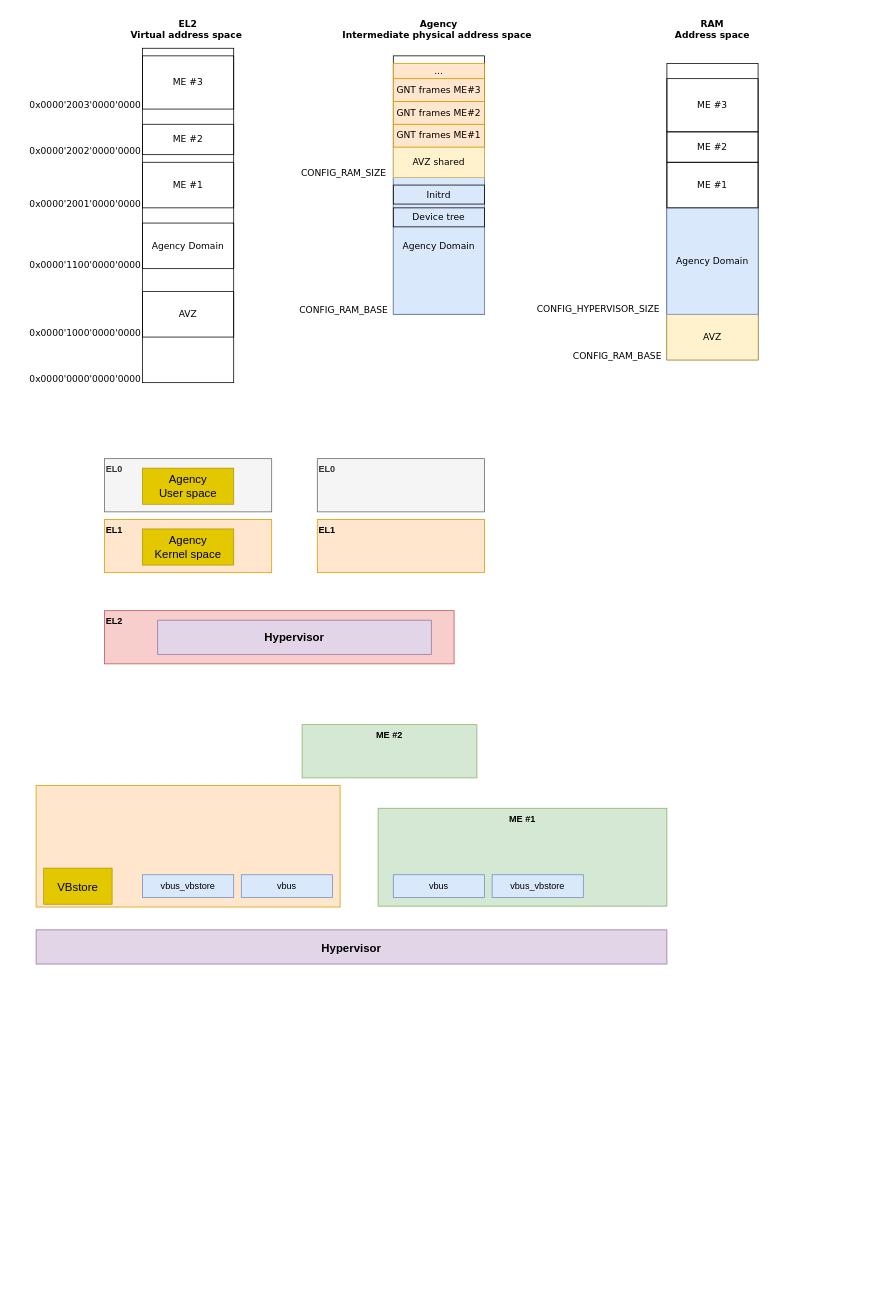
This is page "Aarch64-virt" (14 of 14) of doc/source/img/SOO.drawio from smartobjectoriented/soo, a draw.io file, before an edit. Source tidied: cells renumbered, new cells numbered last; positions are measured from the earlier drawing's top-left corner, leaving out a move shared by most shapes. Both pictures are drawn from the tidied source at 76%, with x=0, y=0 at pixel (28, 17).
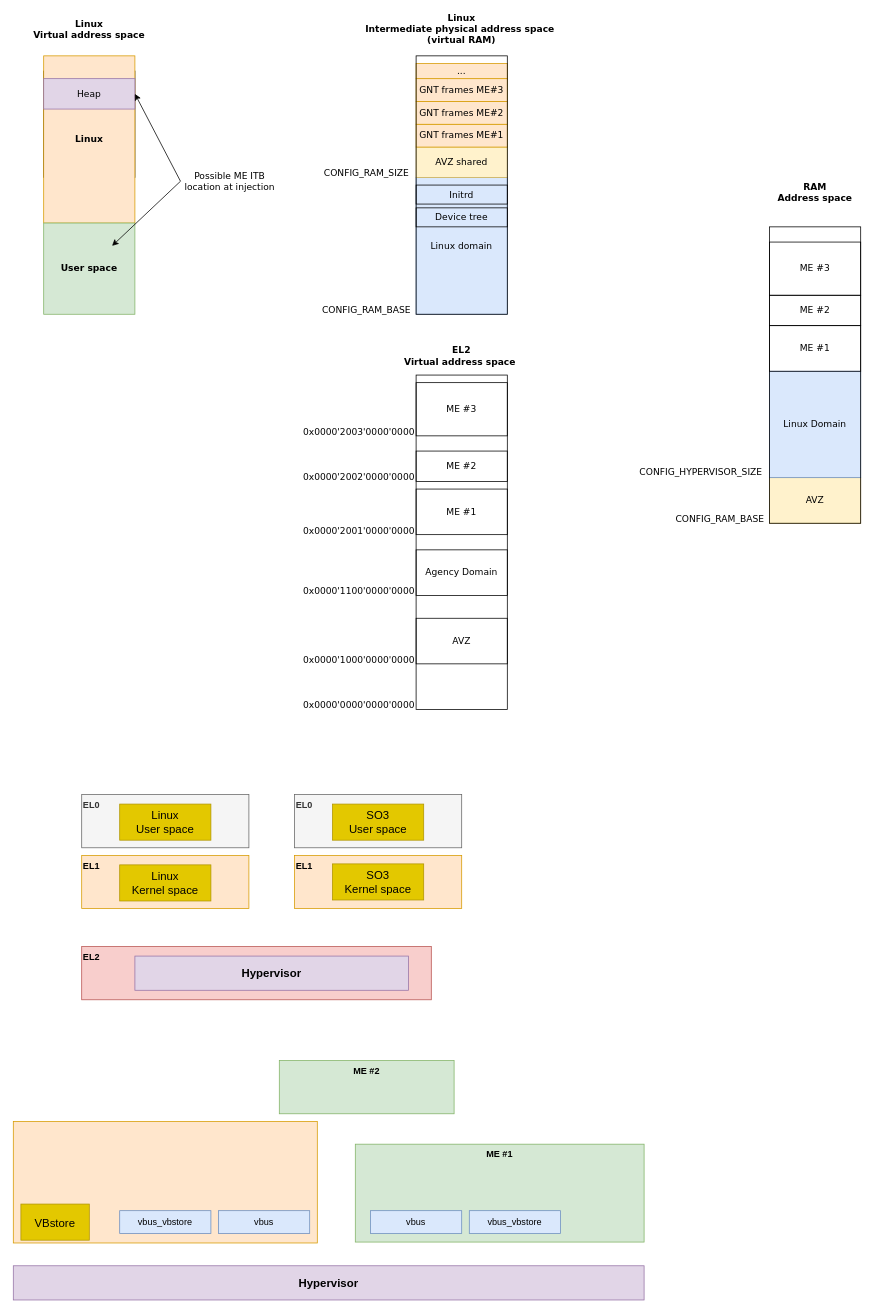
The same diagram, later.

What changed in the source:
```diff
@@
     <mxCell id="2" style="rounded=0;whiteSpace=wrap;html=1;" parent="1" vertex="1">
-      <mxGeometry x="150" y="40" width="120" height="440" as="geometry" />
+      <mxGeometry x="510" y="470" width="120" height="440" as="geometry" />
     </mxCell>
     <mxCell id="3" value="0x0000'0000'0000'0000" style="text;html=1;strokeColor=none;fillColor=none;align=center;verticalAlign=middle;whiteSpace=wrap;rounded=0;fontFamily=Verdana;" parent="1" vertex="1">
-      <mxGeometry y="460" width="150" height="30" as="geometry" />
+      <mxGeometry x="360" y="890" width="150" height="30" as="geometry" />
     </mxCell>
     <mxCell id="4" value="EL2 &lt;br&gt;Virtual address space&amp;nbsp;" style="text;html=1;strokeColor=none;fillColor=none;align=center;verticalAlign=middle;whiteSpace=wrap;rounded=0;fontFamily=Verdana;fontSize=12;fontColor=default;fontStyle=1;" parent="1" vertex="1">
-      <mxGeometry x="130" width="160" height="30" as="geometry" />
+      <mxGeometry x="490" y="430" width="160" height="30" as="geometry" />
     </mxCell>
     <mxCell id="5" value="AVZ" style="rounded=0;whiteSpace=wrap;html=1;fontFamily=Verdana;fontSize=12;fontColor=default;fillColor=none;gradientColor=none;" parent="1" vertex="1">
-      <mxGeometry x="150" y="360" width="120" height="60" as="geometry" />
+      <mxGeometry x="510" y="790" width="120" height="60" as="geometry" />
     </mxCell>
     <mxCell id="6" value="0x0000'1000'0000'0000" style="text;html=1;strokeColor=none;fillColor=none;align=center;verticalAlign=middle;whiteSpace=wrap;rounded=0;fontFamily=Verdana;" parent="1" vertex="1">
-      <mxGeometry y="400" width="150" height="30" as="geometry" />
+      <mxGeometry x="360" y="830" width="150" height="30" as="geometry" />
     </mxCell>
     <mxCell id="7" value="Agency Domain" style="rounded=0;whiteSpace=wrap;html=1;fontFamily=Verdana;fontSize=12;fontColor=default;fillColor=none;gradientColor=none;" parent="1" vertex="1">
-      <mxGeometry x="150" y="270" width="120" height="60" as="geometry" />
+      <mxGeometry x="510" y="700" width="120" height="60" as="geometry" />
     </mxCell>
     <mxCell id="8" value="0x0000'1100'0000'0000" style="text;html=1;strokeColor=none;fillColor=none;align=center;verticalAlign=middle;whiteSpace=wrap;rounded=0;fontFamily=Verdana;" parent="1" vertex="1">
-      <mxGeometry y="310" width="150" height="30" as="geometry" />
+      <mxGeometry x="360" y="740" width="150" height="30" as="geometry" />
     </mxCell>
     <mxCell id="9" value="ME #1" style="rounded=0;whiteSpace=wrap;html=1;fontFamily=Verdana;fontSize=12;fontColor=default;fillColor=none;gradientColor=none;" parent="1" vertex="1">
-      <mxGeometry x="150" y="190" width="120" height="60" as="geometry" />
+      <mxGeometry x="510" y="620" width="120" height="60" as="geometry" />
     </mxCell>
     <mxCell id="10" value="0x0000'2001'0000'0000" style="text;html=1;strokeColor=none;fillColor=none;align=center;verticalAlign=middle;whiteSpace=wrap;rounded=0;fontFamily=Verdana;" parent="1" vertex="1">
-      <mxGeometry y="230" width="150" height="30" as="geometry" />
+      <mxGeometry x="360" y="660" width="150" height="30" as="geometry" />
     </mxCell>
     <mxCell id="11" value="ME #2" style="rounded=0;whiteSpace=wrap;html=1;fontFamily=Verdana;fontSize=12;fontColor=default;fillColor=none;gradientColor=none;" parent="1" vertex="1">
-      <mxGeometry x="150" y="140" width="120" height="40" as="geometry" />
+      <mxGeometry x="510" y="570" width="120" height="40" as="geometry" />
     </mxCell>
     <mxCell id="12" value="0x0000'2002'0000'0000" style="text;html=1;strokeColor=none;fillColor=none;align=center;verticalAlign=middle;whiteSpace=wrap;rounded=0;fontFamily=Verdana;" parent="1" vertex="1">
-      <mxGeometry y="160" width="150" height="30" as="geometry" />
+      <mxGeometry x="360" y="590" width="150" height="30" as="geometry" />
     </mxCell>
     <mxCell id="13" value="ME #3" style="rounded=0;whiteSpace=wrap;html=1;fontFamily=Verdana;fontSize=12;fontColor=default;fillColor=none;gradientColor=none;" parent="1" vertex="1">
-      <mxGeometry x="150" y="50" width="120" height="70" as="geometry" />
+      <mxGeometry x="510" y="480" width="120" height="70" as="geometry" />
     </mxCell>
     <mxCell id="14" value="0x0000'2003'0000'0000" style="text;html=1;strokeColor=none;fillColor=none;align=center;verticalAlign=middle;whiteSpace=wrap;rounded=0;fontFamily=Verdana;" parent="1" vertex="1">
-      <mxGeometry y="100" width="150" height="30" as="geometry" />
+      <mxGeometry x="360" y="530" width="150" height="30" as="geometry" />
     </mxCell>
     <mxCell id="15" value="EL2" style="rounded=0;whiteSpace=wrap;html=1;fillColor=#f8cecc;strokeColor=#b85450;fontStyle=1;verticalAlign=top;align=left;" parent="1" vertex="1">
-      <mxGeometry x="100" y="780" width="460" height="70" as="geometry" />
+      <mxGeometry x="70" y="1222" width="460" height="70" as="geometry" />
     </mxCell>
     <mxCell id="16" value="EL1" style="rounded=0;whiteSpace=wrap;html=1;fillColor=#ffe6cc;strokeColor=#d79b00;fontStyle=1;verticalAlign=top;align=left;" parent="1" vertex="1">
-      <mxGeometry x="100" y="660" width="220" height="70" as="geometry" />
+      <mxGeometry x="70" y="1102" width="220" height="70" as="geometry" />
     </mxCell>
     <mxCell id="17" value="EL0" style="rounded=0;whiteSpace=wrap;html=1;fillColor=#f5f5f5;strokeColor=#666666;fontStyle=1;verticalAlign=top;align=left;fontColor=#333333;" parent="1" vertex="1">
-      <mxGeometry x="100" y="580" width="220" height="70" as="geometry" />
+      <mxGeometry x="70" y="1022" width="220" height="70" as="geometry" />
     </mxCell>
     <mxCell id="18" value="Hypervisor" style="rounded=0;whiteSpace=wrap;html=1;fontStyle=1;fontSize=15;fillColor=#e1d5e7;strokeColor=#9673a6;" parent="1" vertex="1">
-      <mxGeometry x="170" y="792.5" width="360" height="45" as="geometry" />
+      <mxGeometry x="140" y="1234.5" width="360" height="45" as="geometry" />
     </mxCell>
     <mxCell id="19" value="EL1" style="rounded=0;whiteSpace=wrap;html=1;fillColor=#ffe6cc;strokeColor=#d79b00;fontStyle=1;verticalAlign=top;align=left;" parent="1" vertex="1">
-      <mxGeometry x="380" y="660" width="220" height="70" as="geometry" />
+      <mxGeometry x="350" y="1102" width="220" height="70" as="geometry" />
     </mxCell>
     <mxCell id="20" value="EL0" style="rounded=0;whiteSpace=wrap;html=1;fillColor=#f5f5f5;strokeColor=#666666;fontStyle=1;verticalAlign=top;align=left;fontColor=#333333;" parent="1" vertex="1">
-      <mxGeometry x="380" y="580" width="220" height="70" as="geometry" />
+      <mxGeometry x="350" y="1022" width="220" height="70" as="geometry" />
     </mxCell>
-    <mxCell id="21" value="Agency &lt;br&gt;Kernel space" style="rounded=0;whiteSpace=wrap;html=1;fontSize=15;fillColor=#e3c800;strokeColor=#B09500;fontColor=#000000;" parent="1" vertex="1">
-      <mxGeometry x="150" y="672.5" width="120" height="47.5" as="geometry" />
+    <mxCell id="21" value="Linux&lt;br&gt;Kernel space" style="rounded=0;whiteSpace=wrap;html=1;fontSize=15;fillColor=#e3c800;strokeColor=#B09500;fontColor=#000000;" parent="1" vertex="1">
+      <mxGeometry x="120" y="1114.5" width="120" height="47.5" as="geometry" />
     </mxCell>
-    <mxCell id="22" value="Agency &lt;br&gt;User space" style="rounded=0;whiteSpace=wrap;html=1;fontSize=15;fillColor=#e3c800;strokeColor=#B09500;fontColor=#000000;" parent="1" vertex="1">
-      <mxGeometry x="150" y="592.5" width="120" height="47.5" as="geometry" />
+    <mxCell id="22" value="Linux&lt;br&gt;User space" style="rounded=0;whiteSpace=wrap;html=1;fontSize=15;fillColor=#e3c800;strokeColor=#B09500;fontColor=#000000;" parent="1" vertex="1">
+      <mxGeometry x="120" y="1034.5" width="120" height="47.5" as="geometry" />
     </mxCell>
     <mxCell id="23" value="Hypervisor" style="rounded=0;whiteSpace=wrap;html=1;fontStyle=1;fontSize=15;fillColor=#e1d5e7;strokeColor=#9673a6;" parent="1" vertex="1">
-      <mxGeometry x="10" y="1200" width="830" height="45" as="geometry" />
+      <mxGeometry x="-20" y="1642" width="830" height="45" as="geometry" />
     </mxCell>
     <mxCell id="24" style="rounded=0;whiteSpace=wrap;html=1;fillColor=#ffe6cc;strokeColor=#d79b00;fontStyle=1;verticalAlign=top;align=left;" parent="1" vertex="1">
-      <mxGeometry x="10" y="1010" width="400" height="160" as="geometry" />
+      <mxGeometry x="-20" y="1452" width="400" height="160" as="geometry" />
     </mxCell>
     <mxCell id="25" value="VBstore" style="rounded=0;whiteSpace=wrap;html=1;fontSize=15;fillColor=#e3c800;strokeColor=#B09500;fontColor=#000000;" parent="1" vertex="1">
-      <mxGeometry x="20" y="1118.8" width="90" height="47.5" as="geometry" />
+      <mxGeometry x="-10" y="1560.8" width="90" height="47.5" as="geometry" />
     </mxCell>
     <mxCell id="26" value="ME #2" style="rounded=0;whiteSpace=wrap;html=1;fillColor=#d5e8d4;strokeColor=#82b366;fontStyle=1;verticalAlign=top;align=center;" parent="1" vertex="1">
-      <mxGeometry x="360" y="930" width="230" height="70" as="geometry" />
+      <mxGeometry x="330" y="1372" width="230" height="70" as="geometry" />
     </mxCell>
     <mxCell id="27" value="ME #1" style="rounded=0;whiteSpace=wrap;html=1;fillColor=#d5e8d4;strokeColor=#82b366;fontStyle=1;verticalAlign=top;align=center;" parent="1" vertex="1">
-      <mxGeometry x="460" y="1040" width="380" height="128.8" as="geometry" />
+      <mxGeometry x="430" y="1482" width="380" height="128.8" as="geometry" />
     </mxCell>
     <mxCell id="28" value="vbus_vbstore" style="whiteSpace=wrap;html=1;fillColor=#dae8fc;strokeColor=#6c8ebf;" parent="1" vertex="1">
-      <mxGeometry x="150" y="1127.5" width="120" height="30" as="geometry" />
+      <mxGeometry x="120" y="1569.5" width="120" height="30" as="geometry" />
     </mxCell>
     <mxCell id="29" value="vbus" style="whiteSpace=wrap;html=1;fillColor=#dae8fc;strokeColor=#6c8ebf;" parent="1" vertex="1">
-      <mxGeometry x="280" y="1127.5" width="120" height="30" as="geometry" />
+      <mxGeometry x="250" y="1569.5" width="120" height="30" as="geometry" />
     </mxCell>
     <mxCell id="30" value="vbus_vbstore" style="whiteSpace=wrap;html=1;fillColor=#dae8fc;strokeColor=#6c8ebf;" parent="1" vertex="1">
-      <mxGeometry x="610" y="1127.5" width="120" height="30" as="geometry" />
+      <mxGeometry x="580" y="1569.5" width="120" height="30" as="geometry" />
     </mxCell>
     <mxCell id="31" value="vbus" style="whiteSpace=wrap;html=1;fillColor=#dae8fc;strokeColor=#6c8ebf;" parent="1" vertex="1">
-      <mxGeometry x="480" y="1127.5" width="120" height="30" as="geometry" />
+      <mxGeometry x="450" y="1569.5" width="120" height="30" as="geometry" />
     </mxCell>
-    <mxCell id="32" style="rounded=0;whiteSpace=wrap;html=1;" parent="1" vertex="1">
-      <mxGeometry x="480" y="50" width="120" height="340" as="geometry" />
-    </mxCell>
-    <mxCell id="33" value="Agency&lt;br&gt;Intermediate physical address space&amp;nbsp;" style="text;html=1;strokeColor=none;fillColor=none;align=center;verticalAlign=middle;whiteSpace=wrap;rounded=0;fontFamily=Verdana;fontSize=12;fontColor=default;fontStyle=1;" parent="1" vertex="1">
-      <mxGeometry x="395" width="290" height="30" as="geometry" />
+    <mxCell id="33" value="Linux&lt;br&gt;Intermediate physical address space&amp;nbsp;&lt;div&gt;(virtual RAM)&lt;/div&gt;" style="text;html=1;strokeColor=none;fillColor=none;align=center;verticalAlign=middle;whiteSpace=wrap;rounded=0;fontFamily=Verdana;fontSize=12;fontColor=default;fontStyle=1;" parent="1" vertex="1">
+      <mxGeometry x="425" width="290" height="30" as="geometry" />
     </mxCell>
-    <mxCell id="34" value="Agency Domain" style="rounded=0;whiteSpace=wrap;html=1;fontFamily=Verdana;fontSize=12;fillColor=#dae8fc;strokeColor=#6c8ebf;" parent="1" vertex="1">
-      <mxGeometry x="480" y="210" width="120" height="180" as="geometry" />
+    <mxCell id="34" value="Linux d&lt;span style=&quot;background-color: initial;&quot;&gt;omain&lt;/span&gt;" style="rounded=0;whiteSpace=wrap;html=1;fontFamily=Verdana;fontSize=12;fillColor=#dae8fc;strokeColor=#6c8ebf;" parent="1" vertex="1">
+      <mxGeometry x="510" y="210" width="120" height="180" as="geometry" />
     </mxCell>
     <mxCell id="35" value="AVZ shared" style="rounded=0;whiteSpace=wrap;html=1;fontFamily=Verdana;fontSize=12;fillColor=#fff2cc;strokeColor=#d6b656;" parent="1" vertex="1">
-      <mxGeometry x="480" y="170" width="120" height="40" as="geometry" />
+      <mxGeometry x="510" y="170" width="120" height="40" as="geometry" />
     </mxCell>
-    <mxCell id="36" style="rounded=0;whiteSpace=wrap;html=1;" parent="1" vertex="1">
-      <mxGeometry x="840" y="60" width="120" height="390" as="geometry" />
-    </mxCell>
     <mxCell id="37" value="RAM&lt;br&gt;Address space" style="text;html=1;strokeColor=none;fillColor=none;align=center;verticalAlign=middle;whiteSpace=wrap;rounded=0;fontFamily=Verdana;fontSize=12;fontColor=default;fontStyle=1;" parent="1" vertex="1">
-      <mxGeometry x="820" width="160" height="30" as="geometry" />
+      <mxGeometry x="955" y="215" width="160" height="30" as="geometry" />
     </mxCell>
     <mxCell id="38" value="AVZ" style="rounded=0;whiteSpace=wrap;html=1;fontFamily=Verdana;fontSize=12;fillColor=#fff2cc;strokeColor=#d6b656;" parent="1" vertex="1">
-      <mxGeometry x="840" y="390" width="120" height="60" as="geometry" />
+      <mxGeometry x="975" y="605" width="120" height="60" as="geometry" />
     </mxCell>
     <mxCell id="39" value="CONFIG_HYPERVISOR_SIZE" style="text;html=1;strokeColor=none;fillColor=none;align=center;verticalAlign=middle;whiteSpace=wrap;rounded=0;fontFamily=Verdana;" parent="1" vertex="1">
-      <mxGeometry x="675" y="368" width="150" height="30" as="geometry" />
+      <mxGeometry x="810" y="583" width="150" height="30" as="geometry" />
     </mxCell>
-    <mxCell id="40" value="Agency Domain" style="rounded=0;whiteSpace=wrap;html=1;fontFamily=Verdana;fontSize=12;fillColor=#dae8fc;strokeColor=#6c8ebf;" parent="1" vertex="1">
-      <mxGeometry x="840" y="250" width="120" height="140" as="geometry" />
+    <mxCell id="40" value="Linux Domain" style="rounded=0;whiteSpace=wrap;html=1;fontFamily=Verdana;fontSize=12;fillColor=#dae8fc;strokeColor=#6c8ebf;" parent="1" vertex="1">
+      <mxGeometry x="975" y="465" width="120" height="140" as="geometry" />
     </mxCell>
     <mxCell id="41" value="ME #1" style="rounded=0;whiteSpace=wrap;html=1;fontFamily=Verdana;fontSize=12;fontColor=default;fillColor=none;gradientColor=none;" parent="1" vertex="1">
-      <mxGeometry x="840" y="190" width="120" height="60" as="geometry" />
+      <mxGeometry x="975" y="405" width="120" height="60" as="geometry" />
     </mxCell>
     <mxCell id="42" value="ME #2" style="rounded=0;whiteSpace=wrap;html=1;fontFamily=Verdana;fontSize=12;fontColor=default;fillColor=none;gradientColor=none;" parent="1" vertex="1">
-      <mxGeometry x="840" y="150" width="120" height="40" as="geometry" />
+      <mxGeometry x="975" y="365" width="120" height="40" as="geometry" />
     </mxCell>
     <mxCell id="43" value="ME #3" style="rounded=0;whiteSpace=wrap;html=1;fontFamily=Verdana;fontSize=12;fontColor=default;fillColor=none;gradientColor=none;" parent="1" vertex="1">
-      <mxGeometry x="840" y="80" width="120" height="70" as="geometry" />
+      <mxGeometry x="975" y="295" width="120" height="70" as="geometry" />
     </mxCell>
     <mxCell id="44" value="CONFIG_RAM_SIZE" style="text;html=1;strokeColor=none;fillColor=none;align=center;verticalAlign=middle;whiteSpace=wrap;rounded=0;fontFamily=Verdana;" parent="1" vertex="1">
-      <mxGeometry x="350" y="190" width="130" height="30" as="geometry" />
+      <mxGeometry x="380" y="190" width="130" height="30" as="geometry" />
     </mxCell>
     <mxCell id="45" value="CONFIG_RAM_BASE" style="text;html=1;strokeColor=none;fillColor=none;align=center;verticalAlign=middle;whiteSpace=wrap;rounded=0;fontFamily=Verdana;" parent="1" vertex="1">
-      <mxGeometry x="350" y="370" width="130" height="30" as="geometry" />
+      <mxGeometry x="380" y="370" width="130" height="30" as="geometry" />
     </mxCell>
     <mxCell id="46" value="CONFIG_RAM_BASE" style="text;html=1;strokeColor=none;fillColor=none;align=center;verticalAlign=middle;whiteSpace=wrap;rounded=0;fontFamily=Verdana;" parent="1" vertex="1">
-      <mxGeometry x="710" y="430" width="130" height="30" as="geometry" />
+      <mxGeometry x="845" y="645" width="130" height="30" as="geometry" />
     </mxCell>
     <mxCell id="47" value="Device tree" style="rounded=0;whiteSpace=wrap;html=1;fontFamily=Verdana;fontSize=12;fontColor=default;fillColor=none;gradientColor=none;" parent="1" vertex="1">
-      <mxGeometry x="480" y="250" width="120" height="25" as="geometry" />
+      <mxGeometry x="510" y="250" width="120" height="25" as="geometry" />
     </mxCell>
     <mxCell id="48" value="Initrd" style="rounded=0;whiteSpace=wrap;html=1;fontFamily=Verdana;fontSize=12;fontColor=default;fillColor=none;gradientColor=none;" parent="1" vertex="1">
-      <mxGeometry x="480" y="220" width="120" height="25" as="geometry" />
+      <mxGeometry x="510" y="220" width="120" height="25" as="geometry" />
     </mxCell>
     <mxCell id="49" value="GNT frames ME#1" style="rounded=0;whiteSpace=wrap;html=1;fontFamily=Verdana;fontSize=12;fillColor=#ffe6cc;strokeColor=#d79b00;" parent="1" vertex="1">
-      <mxGeometry x="480" y="140" width="120" height="30" as="geometry" />
+      <mxGeometry x="510" y="140" width="120" height="30" as="geometry" />
     </mxCell>
     <mxCell id="50" value="GNT frames ME#2" style="rounded=0;whiteSpace=wrap;html=1;fontFamily=Verdana;fontSize=12;fillColor=#ffe6cc;strokeColor=#d79b00;" parent="1" vertex="1">
-      <mxGeometry x="480" y="110" width="120" height="30" as="geometry" />
+      <mxGeometry x="510" y="110" width="120" height="30" as="geometry" />
     </mxCell>
     <mxCell id="51" value="GNT frames ME#3" style="rounded=0;whiteSpace=wrap;html=1;fontFamily=Verdana;fontSize=12;fillColor=#ffe6cc;strokeColor=#d79b00;" parent="1" vertex="1">
-      <mxGeometry x="480" y="80" width="120" height="30" as="geometry" />
+      <mxGeometry x="510" y="80" width="120" height="30" as="geometry" />
     </mxCell>
     <mxCell id="52" value="..." style="rounded=0;whiteSpace=wrap;html=1;fontFamily=Verdana;fontSize=12;fillColor=#ffe6cc;strokeColor=#d79b00;" parent="1" vertex="1">
-      <mxGeometry x="480" y="60" width="120" height="20" as="geometry" />
+      <mxGeometry x="510" y="60" width="120" height="20" as="geometry" />
     </mxCell>
+    <mxCell id="53" value="SO3&lt;br&gt;User space" style="rounded=0;whiteSpace=wrap;html=1;fontSize=15;fillColor=#e3c800;strokeColor=#B09500;fontColor=#000000;" parent="1" vertex="1">
+      <mxGeometry x="400" y="1034.5" width="120" height="47.5" as="geometry" />
+    </mxCell>
+    <mxCell id="54" value="SO3&lt;br&gt;Kernel space" style="rounded=0;whiteSpace=wrap;html=1;fontSize=15;fillColor=#e3c800;strokeColor=#B09500;fontColor=#000000;" parent="1" vertex="1">
+      <mxGeometry x="400" y="1113.2" width="120" height="47.5" as="geometry" />
+    </mxCell>
+    <mxCell id="55" style="rounded=0;whiteSpace=wrap;html=1;fontFamily=Verdana;fontSize=12;" parent="1" vertex="1">
+      <mxGeometry x="20" y="70" width="120" height="140" as="geometry" />
+    </mxCell>
+    <mxCell id="56" value="Linux" style="rounded=0;whiteSpace=wrap;html=1;fontFamily=Verdana;fontSize=12;fillColor=#ffe6cc;strokeColor=#d79b00;fontStyle=1;" parent="1" vertex="1">
+      <mxGeometry x="20" y="50" width="120" height="220" as="geometry" />
+    </mxCell>
+    <mxCell id="57" value="User space" style="rounded=0;whiteSpace=wrap;html=1;fontFamily=Verdana;fontSize=12;strokeColor=#82b366;fillColor=#d5e8d4;fontStyle=1;" parent="1" vertex="1">
+      <mxGeometry x="20" y="270" width="120" height="120" as="geometry" />
+    </mxCell>
+    <mxCell id="58" value="Heap" style="rounded=0;whiteSpace=wrap;html=1;fontFamily=Verdana;fontSize=12;strokeColor=#9673a6;fillColor=#e1d5e7;" parent="1" vertex="1">
+      <mxGeometry x="20" y="80" width="120" height="40" as="geometry" />
+    </mxCell>
+    <mxCell id="59" value="Possible ME ITB location at injection" style="text;html=1;strokeColor=none;fillColor=none;align=center;verticalAlign=middle;whiteSpace=wrap;rounded=0;fontFamily=Verdana;fontSize=12;fontColor=default;" parent="1" vertex="1">
+      <mxGeometry x="200" y="200" width="130" height="30" as="geometry" />
+    </mxCell>
+    <mxCell id="60" style="endArrow=classic;html=1;rounded=0;fontFamily=Verdana;fontSize=12;fontColor=default;exitX=0;exitY=0.5;exitDx=0;exitDy=0;entryX=1;entryY=0.5;entryDx=0;entryDy=0;" parent="1" edge="1" source="59" target="58">
+      <mxGeometry relative="1" as="geometry" />
+    </mxCell>
+    <mxCell id="61" style="endArrow=classic;html=1;rounded=0;fontFamily=Verdana;fontSize=12;fontColor=default;exitX=0;exitY=0.5;exitDx=0;exitDy=0;entryX=0.75;entryY=0.25;entryDx=0;entryDy=0;entryPerimeter=0;" parent="1" edge="1" source="59" target="57">
+      <mxGeometry relative="1" as="geometry" />
+    </mxCell>
+    <mxCell id="62" value="Linux&lt;div&gt;Virtual address space&lt;/div&gt;" style="text;html=1;strokeColor=none;fillColor=none;align=center;verticalAlign=middle;whiteSpace=wrap;rounded=0;fontFamily=Verdana;fontSize=12;fontColor=default;fontStyle=1;" parent="1" vertex="1">
+      <mxGeometry width="160" height="30" as="geometry" />
+    </mxCell>
+    <mxCell id="36" style="rounded=0;whiteSpace=wrap;html=1;fillColor=none;" parent="1" vertex="1">
+      <mxGeometry x="975" y="275" width="120" height="390" as="geometry" />
+    </mxCell>
+    <mxCell id="32" style="rounded=0;whiteSpace=wrap;html=1;fillColor=none;" parent="1" vertex="1">
+      <mxGeometry x="510" y="50" width="120" height="340" as="geometry" />
+    </mxCell>
```
